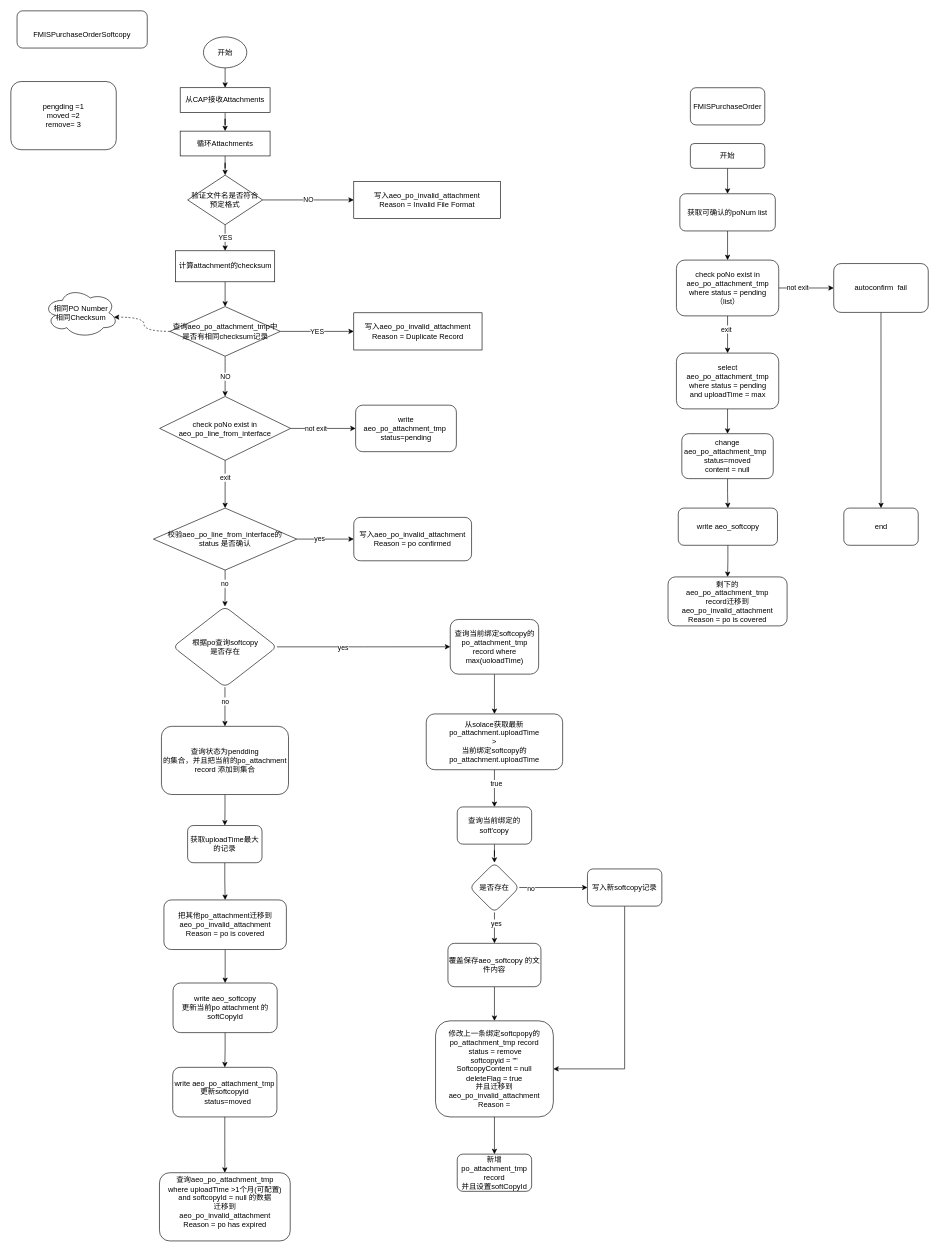
This is po_atta.drawio from 1119132473/doc, a draw.io file, before an edit. Source tidied: cells renumbered, new cells numbered last; positions are measured from the earlier drawing's top-left corner, leaving out a move shared by most shapes. Both pictures are drawn from the tidied source at 62%, with x=0, y=0 at pixel (11, 11).
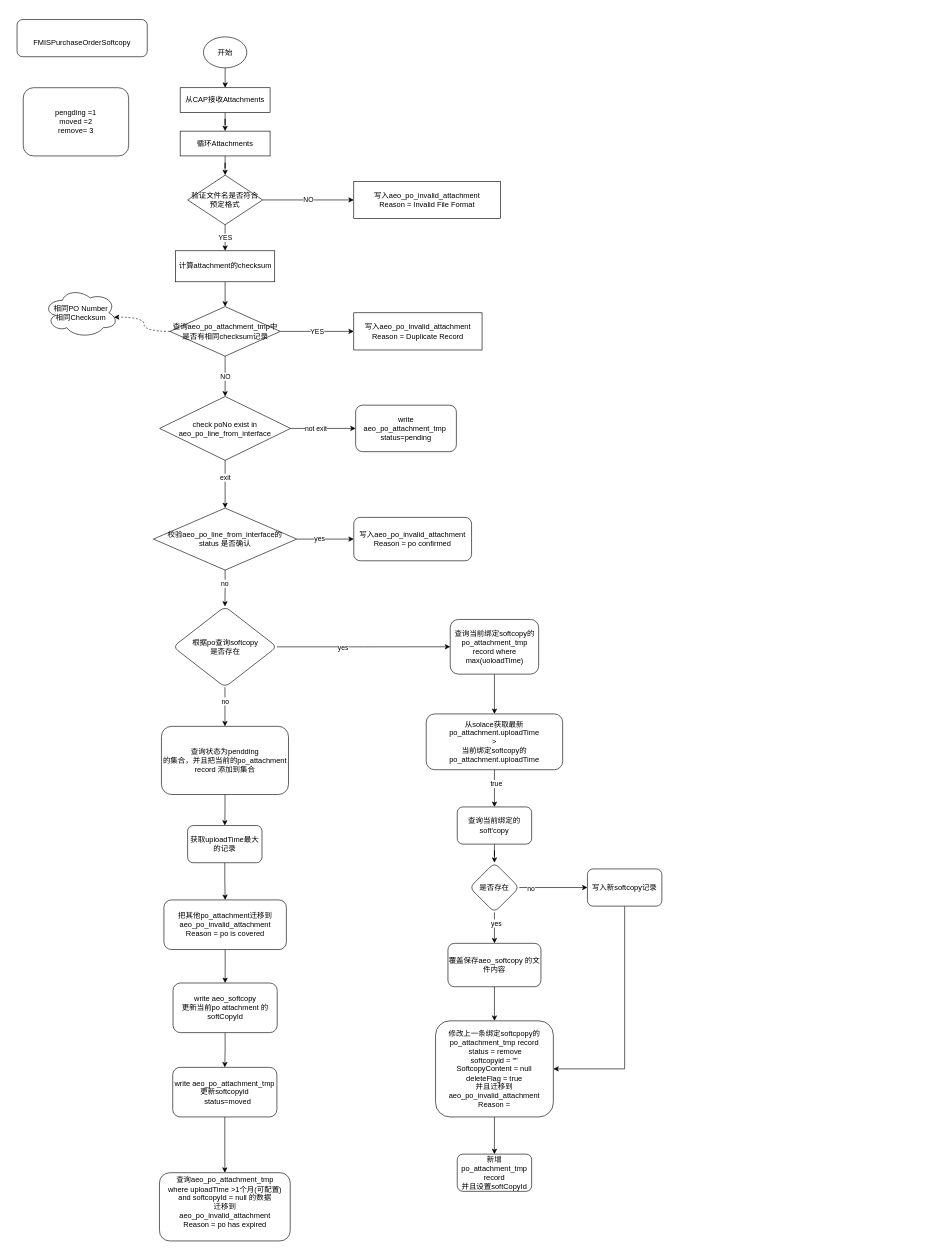
After the change.

The edit, as a diff of the source:
```diff
@@
-    <mxCell id="2" style="edgeStyle=orthogonalEdgeStyle;rounded=0;jettySize=auto;html=1;exitX=0.5;exitY=1;exitDx=0;exitDy=0;entryX=0.5;entryY=0;entryDx=0;entryDy=0;" parent="1" edge="1" source="3" target="88">
-      <mxGeometry relative="1" as="geometry" />
-    </mxCell>
-    <mxCell id="3" value="开始" style="rounded=1;whiteSpace=wrap;html=1;fontSize=12;glass=0;strokeWidth=1;shadow=0;" parent="1" vertex="1">
-      <mxGeometry x="1096" y="214" width="120" height="40" as="geometry" />
-    </mxCell>
-    <mxCell id="4" value="FMISPurchaseOrder" style="rounded=1;whiteSpace=wrap;html=1;" parent="1" vertex="1">
-      <mxGeometry x="1096" y="124" width="120" height="60" as="geometry" />
-    </mxCell>
-    <mxCell id="5" style="edgeStyle=orthogonalEdgeStyle;rounded=0;jettySize=auto;html=1;" parent="1" edge="1" source="9" target="11">
-      <mxGeometry relative="1" as="geometry" />
-    </mxCell>
-    <mxCell id="6" value="not exit" style="edgeLabel;html=1;align=center;verticalAlign=middle;" parent="5" vertex="1">
-      <mxGeometry x="-0.32" y="2" relative="1" as="geometry">
-        <mxPoint y="1" as="offset" />
-      </mxGeometry>
-    </mxCell>
-    <mxCell id="7" style="edgeStyle=orthogonalEdgeStyle;rounded=0;jettySize=auto;html=1;entryX=0.5;entryY=0;entryDx=0;entryDy=0;" parent="1" edge="1" source="9" target="54">
-      <mxGeometry relative="1" as="geometry" />
-    </mxCell>
-    <mxCell id="8" value="exit" style="edgeLabel;html=1;align=center;verticalAlign=middle;" parent="7" vertex="1">
-      <mxGeometry x="-0.29" y="-2" relative="1" as="geometry">
-        <mxPoint x="-1" as="offset" />
-      </mxGeometry>
-    </mxCell>
-    <mxCell id="9" value="&lt;div&gt;check poNo exist in aeo_po_attachment_tmp&lt;/div&gt;&lt;div&gt;where status = pending&lt;/div&gt;&lt;div&gt;（list）&lt;br&gt;&lt;/div&gt;" style="rounded=1;whiteSpace=wrap;html=1;" parent="1" vertex="1">
-      <mxGeometry x="1073.5" y="402" width="165" height="90" as="geometry" />
-    </mxCell>
-    <mxCell id="10" style="edgeStyle=orthogonalEdgeStyle;rounded=0;jettySize=auto;html=1;exitX=0.5;exitY=1;exitDx=0;exitDy=0;entryX=0.5;entryY=0;entryDx=0;entryDy=0;" parent="1" edge="1" source="11" target="16">
-      <mxGeometry relative="1" as="geometry" />
-    </mxCell>
-    <mxCell id="11" value="autoconfirm&amp;nbsp; fail" style="whiteSpace=wrap;html=1;rounded=1;" parent="1" vertex="1">
-      <mxGeometry x="1327.2" y="407.6" width="152.5" height="78.8" as="geometry" />
-    </mxCell>
-    <mxCell id="12" style="edgeStyle=orthogonalEdgeStyle;rounded=0;jettySize=auto;html=1;" parent="1" edge="1" source="13" target="15">
-      <mxGeometry relative="1" as="geometry" />
-    </mxCell>
-    <mxCell id="13" value="&lt;div&gt;change aeo_po_attachment_tmp&amp;nbsp;&amp;nbsp; status=moved&lt;/div&gt;&lt;div&gt;content = null&lt;br&gt;&lt;/div&gt;" style="whiteSpace=wrap;html=1;rounded=1;" parent="1" vertex="1">
-      <mxGeometry x="1082.2" y="682" width="147.5" height="72.5" as="geometry" />
-    </mxCell>
-    <mxCell id="14" style="edgeStyle=orthogonalEdgeStyle;rounded=0;jettySize=auto;html=1;" parent="1" edge="1" source="15" target="57">
-      <mxGeometry relative="1" as="geometry" />
-    </mxCell>
-    <mxCell id="15" value="write aeo_softcopy" style="rounded=1;whiteSpace=wrap;html=1;" parent="1" vertex="1">
-      <mxGeometry x="1076.5" y="802" width="160" height="60" as="geometry" />
-    </mxCell>
-    <mxCell id="16" value="end" style="rounded=1;whiteSpace=wrap;html=1;" parent="1" vertex="1">
-      <mxGeometry x="1343.5" y="802" width="120" height="60" as="geometry" />
-    </mxCell>
     <mxCell id="17" value="&lt;br&gt;&lt;table width=&quot;230&quot; cellspacing=&quot;0&quot; cellpadding=&quot;0&quot; border=&quot;0&quot;&gt;&lt;colgroup&gt;&lt;col width=&quot;230&quot;&gt;&lt;/colgroup&gt;&lt;tbody&gt;&lt;tr height=&quot;40&quot;&gt;  &lt;td style=&quot;height:30.0pt;width:173pt&quot; class=&quot;xl66&quot; width=&quot;230&quot; height=&quot;40&quot;&gt;FMISPurchaseOrderSoftcopy&lt;/td&gt;&lt;/tr&gt;&lt;/tbody&gt;&lt;/table&gt;" style="rounded=1;whiteSpace=wrap;html=1;" parent="1" vertex="1">
-      <mxGeometry x="10" width="210" height="60" as="geometry" />
+      <mxGeometry x="10" y="14" width="210" height="60" as="geometry" />
     </mxCell>
@@
-    <mxCell id="53" style="edgeStyle=orthogonalEdgeStyle;rounded=0;jettySize=auto;html=1;exitX=0.5;exitY=1;exitDx=0;exitDy=0;entryX=0.5;entryY=0;entryDx=0;entryDy=0;" parent="1" edge="1" source="54" target="13">
-      <mxGeometry relative="1" as="geometry" />
-    </mxCell>
-    <mxCell id="54" value="&lt;div&gt;select aeo_po_attachment_tmp&lt;/div&gt;&lt;div&gt;where status = pending&lt;/div&gt;&lt;div&gt;and uploadTime = max&lt;br&gt;&lt;/div&gt;" style="rounded=1;whiteSpace=wrap;html=1;" parent="1" vertex="1">
-      <mxGeometry x="1073.5" y="552" width="165" height="90" as="geometry" />
-    </mxCell>
@@
-    <mxCell id="57" value="&lt;div&gt;剩下的&lt;/div&gt;&lt;div&gt;aeo_po_attachment_tmp&lt;/div&gt;&lt;div&gt;record迁移到aeo_po_invalid_attachment&lt;br&gt;Reason = &lt;span class=&quot;HwtZe&quot; lang=&quot;en&quot;&gt;&lt;span class=&quot;jCAhz ChMk0b&quot;&gt;&lt;span class=&quot;ryNqvb&quot;&gt;po is covered&lt;/span&gt;&lt;/span&gt;&lt;/span&gt;&lt;/div&gt;" style="whiteSpace=wrap;html=1;rounded=1;" parent="1" vertex="1">
-      <mxGeometry x="1060" y="913" width="192" height="79" as="geometry" />
-    </mxCell>
     <mxCell id="58" value="&lt;div&gt;pengding =1&lt;/div&gt;&lt;div&gt;moved =2&lt;/div&gt;&lt;div&gt;remove= 3&lt;br&gt;&lt;/div&gt;" style="rounded=1;whiteSpace=wrap;html=1;" parent="1" vertex="1">
-      <mxGeometry y="114" width="170" height="110" as="geometry" />
+      <mxGeometry x="20" y="124" width="170" height="110" as="geometry" />
     </mxCell>
@@
-    <mxCell id="87" style="edgeStyle=orthogonalEdgeStyle;rounded=0;jettySize=auto;html=1;exitX=0.5;exitY=1;exitDx=0;exitDy=0;entryX=0.5;entryY=0;entryDx=0;entryDy=0;" parent="1" edge="1" source="88" target="9">
-      <mxGeometry relative="1" as="geometry" />
-    </mxCell>
-    <mxCell id="88" value="获取可确认的poNum list" style="rounded=1;whiteSpace=wrap;html=1;" parent="1" vertex="1">
-      <mxGeometry x="1079" y="295" width="154" height="60" as="geometry" />
-    </mxCell>
```
